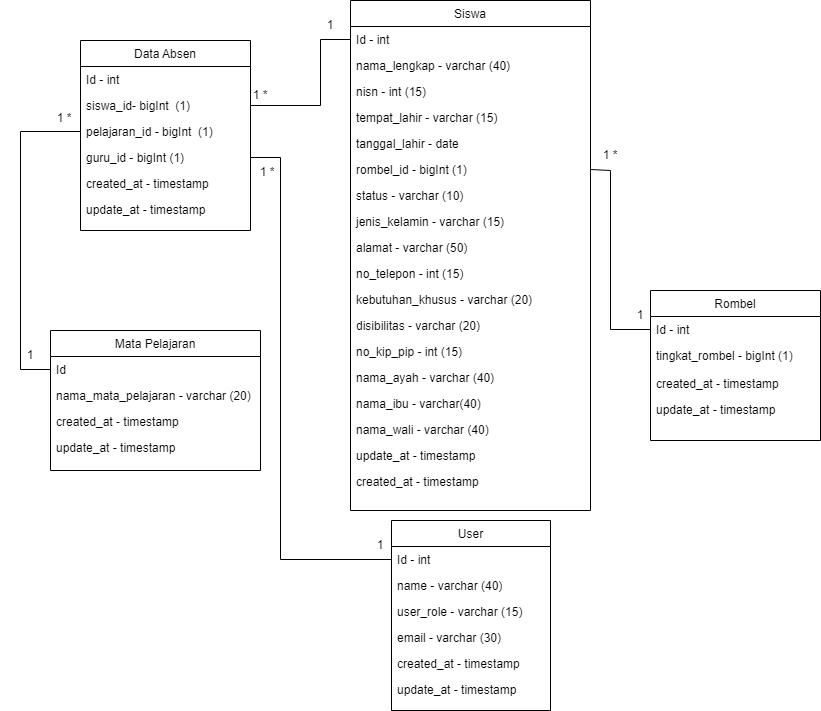
This is Untitled Diagram.drawio.png from danangsptro/SI_ABSEN, a draw.io export, as it was before one commit. Source tidied: cells renumbered, new cells last; positions are measured from the earlier drawing's top-left corner, leaving out a move shared by most shapes.
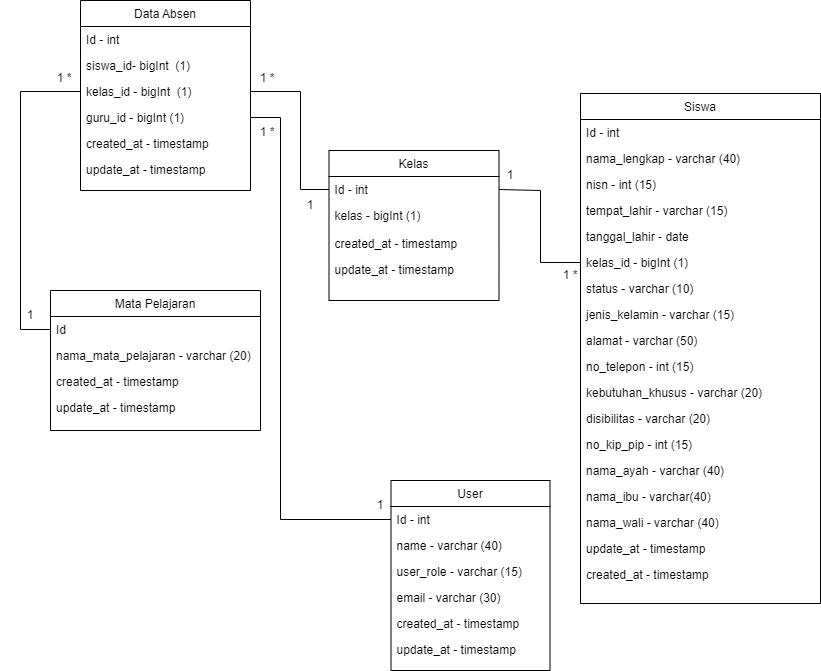
The same file after the commit.

The edit, as a diff of the source:
```diff
@@ -3,7 +3,7 @@
     <mxCell id="0" />
     <mxCell id="1" parent="0" />
     <mxCell id="2" value="User" style="swimlane;fontStyle=0;align=center;verticalAlign=top;horizontal=1;startSize=26;rounded=0;shadow=0;strokeWidth=1;" parent="1" vertex="1">
-      <mxGeometry x="391" y="520" width="159" height="190" as="geometry" />
+      <mxGeometry x="390.5" y="520" width="159" height="190" as="geometry" />
     </mxCell>
     <mxCell id="3" value="Id - int" style="text;align=left;verticalAlign=top;spacingLeft=4;spacingRight=4;overflow=hidden;points=[[0,0.5],[1,0.5]];portConstraint=eastwest;" parent="2" vertex="1">
       <mxGeometry y="26" width="159" height="26" as="geometry" />
@@ -23,13 +23,13 @@
     <mxCell id="8" value="update_at - timestamp" style="text;align=left;verticalAlign=top;spacingLeft=4;spacingRight=4;overflow=hidden;rounded=0;shadow=0;html=0;" parent="2" vertex="1">
       <mxGeometry y="156" width="159" height="26" as="geometry" />
     </mxCell>
-    <mxCell id="9" value="Rombel" style="swimlane;fontStyle=0;align=center;verticalAlign=top;horizontal=1;startSize=26;rounded=0;shadow=0;strokeWidth=1;" parent="1" vertex="1">
-      <mxGeometry x="650" y="290" width="170" height="150" as="geometry" />
+    <mxCell id="9" value="Kelas" style="swimlane;fontStyle=0;align=center;verticalAlign=top;horizontal=1;startSize=26;rounded=0;shadow=0;strokeWidth=1;" parent="1" vertex="1">
+      <mxGeometry x="328.5" y="190" width="170" height="150" as="geometry" />
     </mxCell>
     <mxCell id="10" value="Id - int" style="text;align=left;verticalAlign=top;spacingLeft=4;spacingRight=4;overflow=hidden;points=[[0,0.5],[1,0.5]];portConstraint=eastwest;" parent="9" vertex="1">
       <mxGeometry y="26" width="170" height="26" as="geometry" />
     </mxCell>
-    <mxCell id="11" value="tingkat_rombel - bigInt (1)" style="text;align=left;verticalAlign=top;spacingLeft=4;spacingRight=4;overflow=hidden;rounded=0;shadow=0;html=0;" parent="9" vertex="1">
+    <mxCell id="11" value="kelas - bigInt (1)" style="text;align=left;verticalAlign=top;spacingLeft=4;spacingRight=4;overflow=hidden;rounded=0;shadow=0;html=0;" parent="9" vertex="1">
       <mxGeometry y="52" width="170" height="28" as="geometry" />
     </mxCell>
     <mxCell id="12" value="created_at - timestamp" style="text;align=left;verticalAlign=top;spacingLeft=4;spacingRight=4;overflow=hidden;rounded=0;shadow=0;html=0;" parent="9" vertex="1">
@@ -39,7 +39,7 @@
       <mxGeometry y="106" width="170" height="26" as="geometry" />
     </mxCell>
     <mxCell id="14" value="Siswa" style="swimlane;fontStyle=0;align=center;verticalAlign=top;horizontal=1;startSize=26;rounded=0;shadow=0;strokeWidth=1;" parent="1" vertex="1">
-      <mxGeometry x="350" width="240" height="510" as="geometry" />
+      <mxGeometry x="580" y="133" width="240" height="510" as="geometry" />
     </mxCell>
     <mxCell id="15" value="Id - int" style="text;align=left;verticalAlign=top;spacingLeft=4;spacingRight=4;overflow=hidden;points=[[0,0.5],[1,0.5]];portConstraint=eastwest;" parent="14" vertex="1">
       <mxGeometry y="26" width="240" height="26" as="geometry" />
@@ -56,7 +56,7 @@
     <mxCell id="19" value="tanggal_lahir - date" style="text;align=left;verticalAlign=top;spacingLeft=4;spacingRight=4;overflow=hidden;rounded=0;shadow=0;html=0;" parent="14" vertex="1">
       <mxGeometry y="130" width="240" height="26" as="geometry" />
     </mxCell>
-    <mxCell id="20" value="rombel_id - bigInt (1)" style="text;align=left;verticalAlign=top;spacingLeft=4;spacingRight=4;overflow=hidden;points=[[0,0.5],[1,0.5]];portConstraint=eastwest;rounded=0;shadow=0;html=0;" parent="14" vertex="1">
+    <mxCell id="20" value="kelas_id - bigInt (1)" style="text;align=left;verticalAlign=top;spacingLeft=4;spacingRight=4;overflow=hidden;points=[[0,0.5],[1,0.5]];portConstraint=eastwest;rounded=0;shadow=0;html=0;" parent="14" vertex="1">
       <mxGeometry y="156" width="240" height="26" as="geometry" />
     </mxCell>
     <mxCell id="21" value="status - varchar (10)" style="text;align=left;verticalAlign=top;spacingLeft=4;spacingRight=4;overflow=hidden;rounded=0;shadow=0;html=0;" parent="14" vertex="1">
@@ -119,7 +119,7 @@
     <mxCell id="40" value="siswa_id- bigInt  (1)" style="text;align=left;verticalAlign=top;spacingLeft=4;spacingRight=4;overflow=hidden;points=[[0,0.5],[1,0.5]];portConstraint=eastwest;" parent="38" vertex="1">
       <mxGeometry y="52" width="170" height="26" as="geometry" />
     </mxCell>
-    <mxCell id="41" value="pelajaran_id - bigInt  (1)" style="text;align=left;verticalAlign=top;spacingLeft=4;spacingRight=4;overflow=hidden;points=[[0,0.5],[1,0.5]];portConstraint=eastwest;" parent="38" vertex="1">
+    <mxCell id="41" value="kelas_id - bigInt  (1)" style="text;align=left;verticalAlign=top;spacingLeft=4;spacingRight=4;overflow=hidden;points=[[0,0.5],[1,0.5]];portConstraint=eastwest;" parent="38" vertex="1">
       <mxGeometry y="78" width="170" height="26" as="geometry" />
     </mxCell>
     <mxCell id="42" value="guru_id - bigInt (1)" style="text;align=left;verticalAlign=top;spacingLeft=4;spacingRight=4;overflow=hidden;points=[[0,0.5],[1,0.5]];portConstraint=eastwest;" parent="38" vertex="1">
@@ -147,28 +147,6 @@
         </Array>
       </mxGeometry>
     </mxCell>
-    <mxCell id="47" style="endArrow=none;html=1;rounded=0;entryX=1;entryY=0.5;entryDx=0;entryDy=0;exitX=0;exitY=0.5;exitDx=0;exitDy=0;" parent="1" edge="1" source="15" target="40">
-      <mxGeometry relative="1" as="geometry">
-        <Array as="points">
-          <mxPoint x="320" y="39" />
-          <mxPoint x="320" y="105" />
-        </Array>
-      </mxGeometry>
-    </mxCell>
-    <mxCell id="48" style="endArrow=none;html=1;rounded=0;entryX=1;entryY=0.5;entryDx=0;entryDy=0;exitX=0;exitY=0.5;exitDx=0;exitDy=0;" parent="1" edge="1" source="10" target="20">
-      <mxGeometry relative="1" as="geometry">
-        <Array as="points">
-          <mxPoint x="610" y="329" />
-          <mxPoint x="610" y="170" />
-        </Array>
-      </mxGeometry>
-    </mxCell>
-    <mxCell id="49" value="1" style="text;html=1;strokeColor=none;fillColor=none;align=center;verticalAlign=middle;whiteSpace=wrap;rounded=0;" parent="1" vertex="1">
-      <mxGeometry x="300" y="10" width="60" height="30" as="geometry" />
-    </mxCell>
-    <mxCell id="50" value="1 *" style="text;html=1;strokeColor=none;fillColor=none;align=center;verticalAlign=middle;whiteSpace=wrap;rounded=0;" parent="1" vertex="1">
-      <mxGeometry x="230" y="80" width="60" height="30" as="geometry" />
-    </mxCell>
     <mxCell id="51" value="1" style="text;html=1;strokeColor=none;fillColor=none;align=center;verticalAlign=middle;whiteSpace=wrap;rounded=0;" parent="1" vertex="1">
       <mxGeometry x="350" y="530" width="60" height="30" as="geometry" />
     </mxCell>
@@ -181,11 +159,33 @@
     <mxCell id="54" value="1 *" style="text;html=1;strokeColor=none;fillColor=none;align=center;verticalAlign=middle;whiteSpace=wrap;rounded=0;" parent="1" vertex="1">
       <mxGeometry x="34" y="103" width="60" height="30" as="geometry" />
     </mxCell>
-    <mxCell id="55" value="1" style="text;html=1;strokeColor=none;fillColor=none;align=center;verticalAlign=middle;whiteSpace=wrap;rounded=0;" parent="1" vertex="1">
-      <mxGeometry x="610" y="300" width="60" height="30" as="geometry" />
-    </mxCell>
-    <mxCell id="56" value="1 *" style="text;html=1;strokeColor=none;fillColor=none;align=center;verticalAlign=middle;whiteSpace=wrap;rounded=0;" parent="1" vertex="1">
-      <mxGeometry x="580" y="140" width="60" height="30" as="geometry" />
-    </mxCell>
+    <mxCell id="48" style="endArrow=none;html=1;rounded=0;entryX=0;entryY=0.5;entryDx=0;entryDy=0;exitX=1;exitY=0.5;exitDx=0;exitDy=0;" parent="1" edge="1" source="10" target="20">
+      <mxGeometry relative="1" as="geometry">
+        <Array as="points">
+          <mxPoint x="540" y="230" />
+          <mxPoint x="540" y="302" />
+        </Array>
+      </mxGeometry>
+    </mxCell>
+    <mxCell id="57" value="1 *" style="text;html=1;strokeColor=none;fillColor=none;align=center;verticalAlign=middle;whiteSpace=wrap;rounded=0;" parent="1" vertex="1">
+      <mxGeometry x="540" y="300" width="60" height="30" as="geometry" />
+    </mxCell>
+    <mxCell id="58" value="1" style="text;html=1;strokeColor=none;fillColor=none;align=center;verticalAlign=middle;whiteSpace=wrap;rounded=0;" parent="1" vertex="1">
+      <mxGeometry x="480" y="200" width="60" height="30" as="geometry" />
+    </mxCell>
+    <mxCell id="59" style="endArrow=none;html=1;rounded=0;entryX=0;entryY=0.5;entryDx=0;entryDy=0;exitX=1;exitY=0.5;exitDx=0;exitDy=0;" parent="1" edge="1" source="41" target="10">
+      <mxGeometry relative="1" as="geometry">
+        <Array as="points">
+          <mxPoint x="300" y="131" />
+          <mxPoint x="300" y="229" />
+        </Array>
+      </mxGeometry>
+    </mxCell>
+    <mxCell id="60" value="1" style="text;html=1;strokeColor=none;fillColor=none;align=center;verticalAlign=middle;whiteSpace=wrap;rounded=0;" parent="1" vertex="1">
+      <mxGeometry x="280" y="230" width="60" height="30" as="geometry" />
+    </mxCell>
+    <mxCell id="61" value="1 *" style="text;html=1;strokeColor=none;fillColor=none;align=center;verticalAlign=middle;whiteSpace=wrap;rounded=0;" parent="1" vertex="1">
+      <mxGeometry x="237" y="103" width="60" height="30" as="geometry" />
+    </mxCell>
   </root>
 </mxGraphModel>
```
